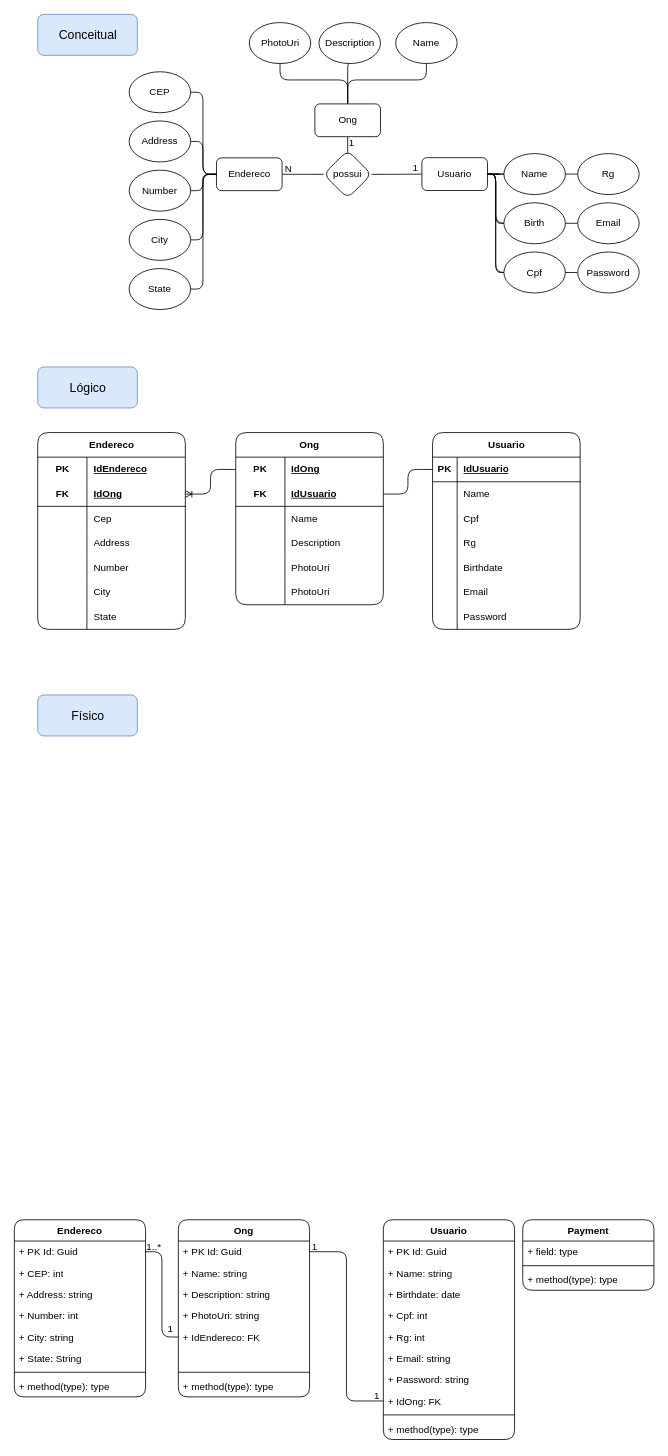
This is diagrama banco hope hand.drawio from guilhermemonte21/hope-hand, a draw.io file, before an edit. Source tidied: cells renumbered, new cells numbered last; positions are measured from the earlier drawing's top-left corner, leaving out a move shared by most shapes. Both pictures are drawn from the tidied source at 82%, with x=0, y=0 at pixel (14, 14).
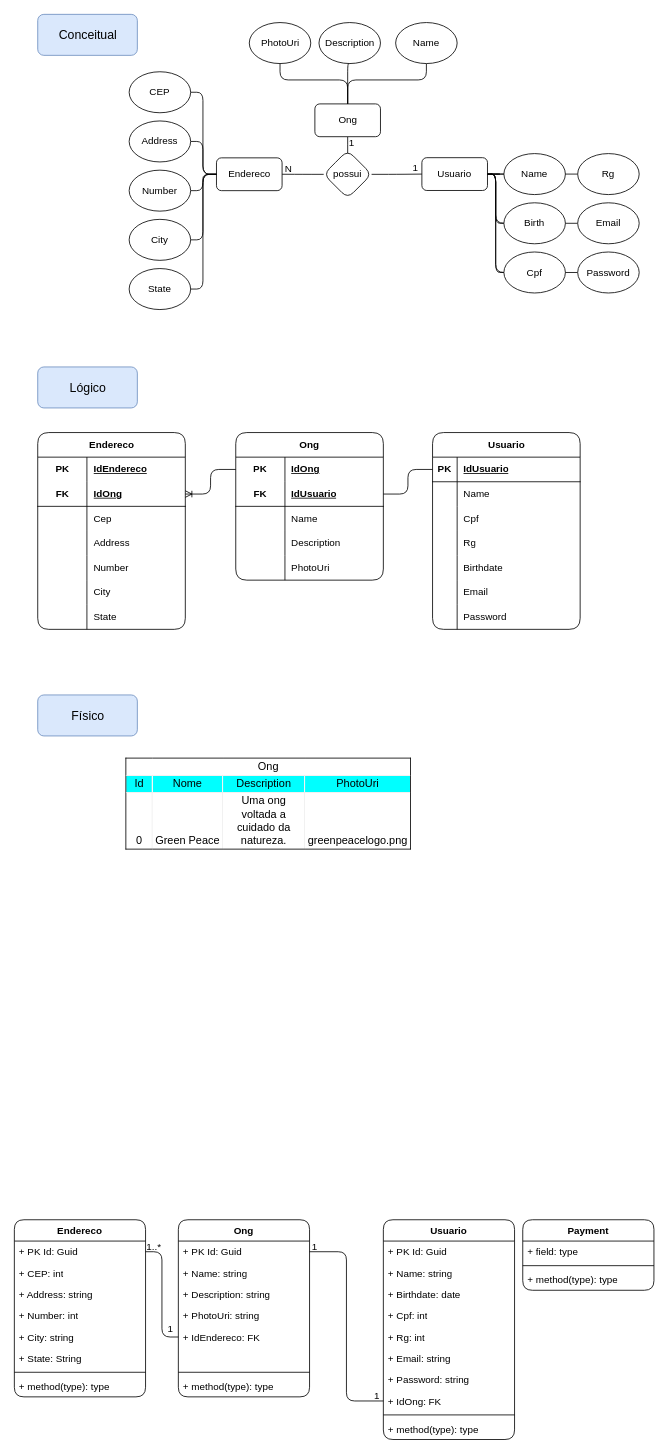
The same diagram, later.

Commit message:
iniciado diagrama físico

What changed in the source:
```diff
@@
     <mxCell id="103" value="Ong" style="shape=table;startSize=30;childLayout=tableLayout;rowLines=0;fontStyle=1;align=center;html=1;whiteSpace=wrap;rounded=1;" parent="1" vertex="1">
-      <mxGeometry x="270" y="510" width="180" height="210" as="geometry" />
+      <mxGeometry x="270" y="510" width="180" height="180" as="geometry" />
     </mxCell>
@@
-    <mxCell id="119" style="shape=tableRow;horizontal=0;startSize=0;swimlaneHead=0;swimlaneBody=0;fillColor=none;top=0;left=0;right=0;bottom=0;html=1;rounded=1;" parent="103" vertex="1">
-      <mxGeometry y="180" width="180" height="30" as="geometry" />
-    </mxCell>
-    <mxCell id="120" style="shape=partialRectangle;fillColor=none;top=0;left=0;bottom=0;right=0;overflow=hidden;html=1;whiteSpace=wrap;rounded=1;" parent="119" vertex="1">
-      <mxGeometry width="60" height="30" as="geometry" />
-    </mxCell>
-    <mxCell id="121" value="PhotoUri" style="shape=partialRectangle;fillColor=none;top=0;left=0;bottom=0;right=0;align=left;spacingLeft=6;overflow=hidden;html=1;whiteSpace=wrap;rounded=1;" parent="119" vertex="1">
-      <mxGeometry x="60" width="120" height="30" as="geometry" />
-    </mxCell>
@@
+    <mxCell id="147" value="&lt;table xmlns=&quot;http://www.w3.org/1999/xhtml&quot; cellspacing=&quot;0&quot; cellpadding=&quot;0&quot; dir=&quot;ltr&quot; border=&quot;1&quot; style=&quot;table-layout:fixed;font-size:10pt;font-family:Arial;width:0px;border-collapse:collapse;border:none&quot;&gt;&lt;colgroup&gt;&lt;col width=&quot;32&quot;&gt;&lt;col width=&quot;86&quot;&gt;&lt;col width=&quot;100&quot;&gt;&lt;col width=&quot;129&quot;&gt;&lt;/colgroup&gt;&lt;tbody&gt;&lt;tr style=&quot;height:21px;&quot;&gt;&lt;td style=&quot;border-top:1px solid #000000;border-right:1px solid #000000;border-left:1px solid #000000;overflow:hidden;padding:2px 3px 2px 3px;vertical-align:bottom;text-align:center;&quot; rowspan=&quot;1&quot; colspan=&quot;4&quot;&gt;Ong&lt;/td&gt;&lt;/tr&gt;&lt;tr style=&quot;height:21px;&quot;&gt;&lt;td style=&quot;border-left:1px solid #000000;overflow:hidden;padding:2px 3px 2px 3px;vertical-align:bottom;background-color:#00ffff;text-align:center;&quot;&gt;Id&lt;/td&gt;&lt;td style=&quot;overflow:hidden;padding:2px 3px 2px 3px;vertical-align:bottom;background-color:#00ffff;text-align:center;&quot;&gt;Nome&lt;/td&gt;&lt;td style=&quot;overflow:hidden;padding:2px 3px 2px 3px;vertical-align:bottom;background-color:#00ffff;text-align:center;&quot;&gt;Description&lt;/td&gt;&lt;td style=&quot;border-right:1px solid #000000;overflow:hidden;padding:2px 3px 2px 3px;vertical-align:bottom;background-color:#00ffff;text-align:center;&quot;&gt;PhotoUri&lt;/td&gt;&lt;/tr&gt;&lt;tr style=&quot;height:21px;&quot;&gt;&lt;td style=&quot;border-bottom:1px solid #000000;border-left:1px solid #000000;overflow:hidden;padding:2px 3px 2px 3px;vertical-align:bottom;text-align:center;&quot;&gt;0&lt;/td&gt;&lt;td style=&quot;border-bottom:1px solid #000000;overflow:hidden;padding:2px 3px 2px 3px;vertical-align:bottom;text-align:center;&quot;&gt;Green Peace&lt;/td&gt;&lt;td style=&quot;border-bottom:1px solid #000000;overflow:hidden;padding:2px 3px 2px 3px;vertical-align:bottom;text-align:center;&quot;&gt;Uma ong voltada a cuidado da natureza.&lt;/td&gt;&lt;td style=&quot;border-right:1px solid #000000;border-bottom:1px solid #000000;overflow:hidden;padding:2px 3px 2px 3px;vertical-align:bottom;text-align:center;&quot;&gt;greenpeacelogo.png&lt;/td&gt;&lt;/tr&gt;&lt;/tbody&gt;&lt;/table&gt;" style="text;whiteSpace=wrap;html=1;" parent="1" vertex="1">
+      <mxGeometry x="134" y="900" width="380" height="90" as="geometry" />
+    </mxCell>
```
